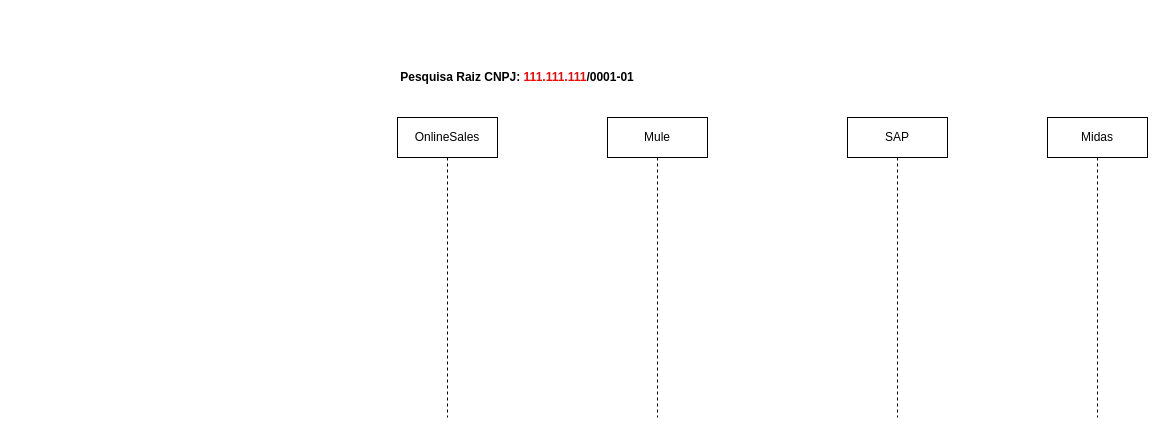
The draw.io diagram page "Login" (3 of 4) of OnlineSales.v7.drawio in anlugifa/drawio, before the edit. Source tidied: cells renumbered, new cells numbered last; positions are measured from the earlier drawing's top-left corner, leaving out a move shared by most shapes. Both pictures are drawn from the tidied source at 100%, with x=0, y=0 at pixel (397, 67).
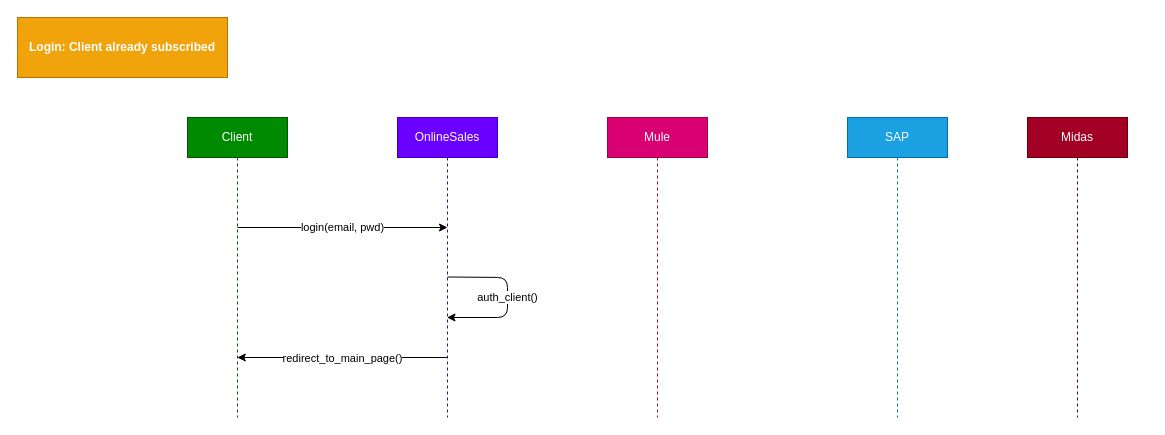
The same diagram, later.

The edit, as a diff of the source:
```diff
@@
 <mxGraphModel>
   <root>
     <mxCell id="0" />
     <mxCell id="1" parent="0" />
-    <mxCell id="2" value="OnlineSales" style="shape=umlLifeline;perimeter=lifelinePerimeter;whiteSpace=wrap;html=1;outlineConnect=0;" parent="1" vertex="1">
+    <mxCell id="2" value="OnlineSales" style="shape=umlLifeline;perimeter=lifelinePerimeter;whiteSpace=wrap;html=1;outlineConnect=0;fillColor=#6a00ff;strokeColor=#3700CC;fontColor=#ffffff;" parent="1" vertex="1">
       <mxGeometry y="50" width="100" height="300" as="geometry" />
     </mxCell>
-    <mxCell id="3" value="Mule" style="shape=umlLifeline;perimeter=lifelinePerimeter;whiteSpace=wrap;html=1;" parent="1" vertex="1">
+    <mxCell id="3" value="Mule" style="shape=umlLifeline;perimeter=lifelinePerimeter;whiteSpace=wrap;html=1;fillColor=#d80073;strokeColor=#A50040;fontColor=#ffffff;" parent="1" vertex="1">
       <mxGeometry x="210" y="50" width="100" height="300" as="geometry" />
     </mxCell>
-    <mxCell id="4" value="SAP" style="shape=umlLifeline;perimeter=lifelinePerimeter;whiteSpace=wrap;html=1;" parent="1" vertex="1">
+    <mxCell id="4" value="SAP" style="shape=umlLifeline;perimeter=lifelinePerimeter;whiteSpace=wrap;html=1;fillColor=#1ba1e2;strokeColor=#006EAF;fontColor=#ffffff;" parent="1" vertex="1">
       <mxGeometry x="450" y="50" width="100" height="300" as="geometry" />
     </mxCell>
-    <mxCell id="5" value="Midas" style="shape=umlLifeline;perimeter=lifelinePerimeter;whiteSpace=wrap;html=1;" parent="1" vertex="1">
-      <mxGeometry x="650" y="50" width="100" height="300" as="geometry" />
+    <mxCell id="5" value="Midas" style="shape=umlLifeline;perimeter=lifelinePerimeter;whiteSpace=wrap;html=1;fillColor=#a20025;strokeColor=#6F0000;fontColor=#ffffff;" parent="1" vertex="1">
+      <mxGeometry x="630" y="50" width="100" height="300" as="geometry" />
     </mxCell>
-    <mxCell id="6" value="Pesquisa Raiz CNPJ: &lt;font color=&quot;#ff0000&quot;&gt;111.111.111&lt;/font&gt;/0001-01" style="text;html=1;strokeColor=none;fillColor=none;align=center;verticalAlign=middle;whiteSpace=wrap;rounded=0;fontStyle=1;" parent="1" vertex="1">
-      <mxGeometry width="240" height="20" as="geometry" />
-    </mxCell>
+    <mxCell id="7" value="Client" style="shape=umlLifeline;perimeter=lifelinePerimeter;whiteSpace=wrap;html=1;fillColor=#008a00;strokeColor=#005700;fontColor=#ffffff;" parent="1" vertex="1">
+      <mxGeometry x="-210" y="50" width="100" height="300" as="geometry" />
+    </mxCell>
+    <mxCell id="8" value="login(email, pwd)" style="endArrow=classic;html=1;" parent="1" edge="1">
+      <mxGeometry relative="1" as="geometry">
+        <mxPoint x="-160" y="160" as="sourcePoint" />
+        <mxPoint x="50" y="160" as="targetPoint" />
+        <Array as="points">
+          <mxPoint x="-19.5" y="160" />
+        </Array>
+      </mxGeometry>
+    </mxCell>
+    <mxCell id="9" value="auth_client()" style="endArrow=classic;html=1;" parent="1" edge="1" target="2">
+      <mxGeometry relative="1" as="geometry">
+        <mxPoint x="50" y="209.5" as="sourcePoint" />
+        <Array as="points">
+          <mxPoint x="110" y="210" />
+          <mxPoint x="110" y="250" />
+        </Array>
+      </mxGeometry>
+    </mxCell>
+    <mxCell id="10" style="endArrow=classic;html=1;" parent="1" edge="1">
+      <mxGeometry relative="1" as="geometry">
+        <mxPoint x="49.5" y="290" as="sourcePoint" />
+        <mxPoint x="-160.2" y="290" as="targetPoint" />
+      </mxGeometry>
+    </mxCell>
+    <mxCell id="11" value="redirect_to_main_page()" style="edgeLabel;html=1;align=center;verticalAlign=middle;" parent="10" vertex="1">
+      <mxGeometry relative="1" as="geometry" />
+    </mxCell>
+    <mxCell id="12" value="Login: Client already subscribed" style="rounded=0;whiteSpace=wrap;html=1;fillColor=#f0a30a;strokeColor=#BD7000;fontColor=#ffffff;fontStyle=1;" parent="1" vertex="1">
+      <mxGeometry x="-380" y="-50" width="210" height="60" as="geometry" />
+    </mxCell>
   </root>
 </mxGraphModel>
```
